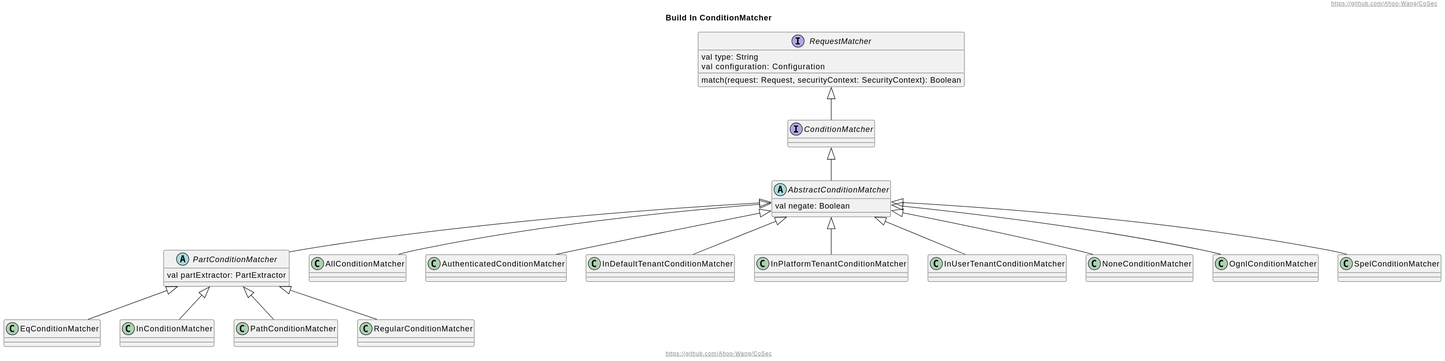
Earlier version of the PlantUML export document/design/assets/ConditionMatcher.svg (Ahoo-Wang/CoSec). The source it was exported from:
```plantuml
@startuml

!include layout.puml

title Build In ConditionMatcher

interface RequestMatcher{
    val type: String
    val configuration: Configuration
    match(request: Request, securityContext: SecurityContext): Boolean
}

interface ConditionMatcher
abstract class AbstractConditionMatcher{
    val negate: Boolean
}
abstract class PartConditionMatcher{
    val partExtractor: PartExtractor
}
class AllConditionMatcher
class AuthenticatedConditionMatcher
class EqConditionMatcher
class InConditionMatcher
class InDefaultTenantConditionMatcher
class InPlatformTenantConditionMatcher
class InUserTenantConditionMatcher
class NoneConditionMatcher
class OgnlConditionMatcher
class PathConditionMatcher
class RegularConditionMatcher
class SpelConditionMatcher

RequestMatcher <|-- ConditionMatcher
ConditionMatcher <|-- AbstractConditionMatcher
AbstractConditionMatcher <|-- PartConditionMatcher
PartConditionMatcher <|-- InConditionMatcher
PartConditionMatcher <|-- EqConditionMatcher
PartConditionMatcher <|-- PathConditionMatcher
PartConditionMatcher <|-- RegularConditionMatcher
AbstractConditionMatcher <|-- AuthenticatedConditionMatcher
AbstractConditionMatcher <|-- InDefaultTenantConditionMatcher
AbstractConditionMatcher <|-- SpelConditionMatcher
AbstractConditionMatcher <|-- OgnlConditionMatcher
AbstractConditionMatcher <|-- InUserTenantConditionMatcher
AbstractConditionMatcher <|-- NoneConditionMatcher
AbstractConditionMatcher <|-- AllConditionMatcher
AbstractConditionMatcher <|-- InPlatformTenantConditionMatcher
@enduml
```
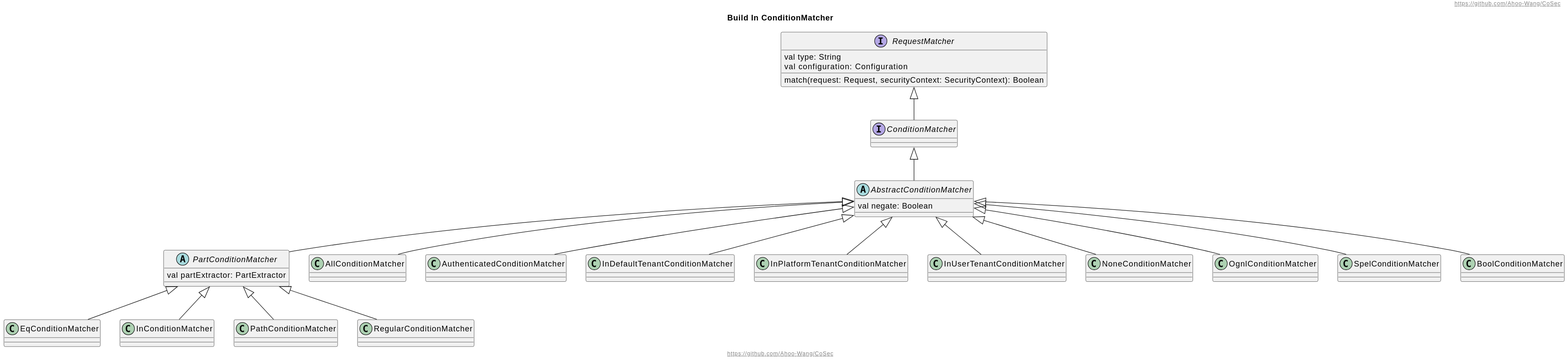
After the commit.

The edit, as a diff of the source:
```diff
@@ -29,6 +29,7 @@
 class PathConditionMatcher
 class RegularConditionMatcher
 class SpelConditionMatcher
+class BoolConditionMatcher
 
 RequestMatcher <|-- ConditionMatcher
 ConditionMatcher <|-- AbstractConditionMatcher
@@ -45,4 +46,5 @@
 AbstractConditionMatcher <|-- NoneConditionMatcher
 AbstractConditionMatcher <|-- AllConditionMatcher
 AbstractConditionMatcher <|-- InPlatformTenantConditionMatcher
+AbstractConditionMatcher <|-- BoolConditionMatcher
 @enduml
```
